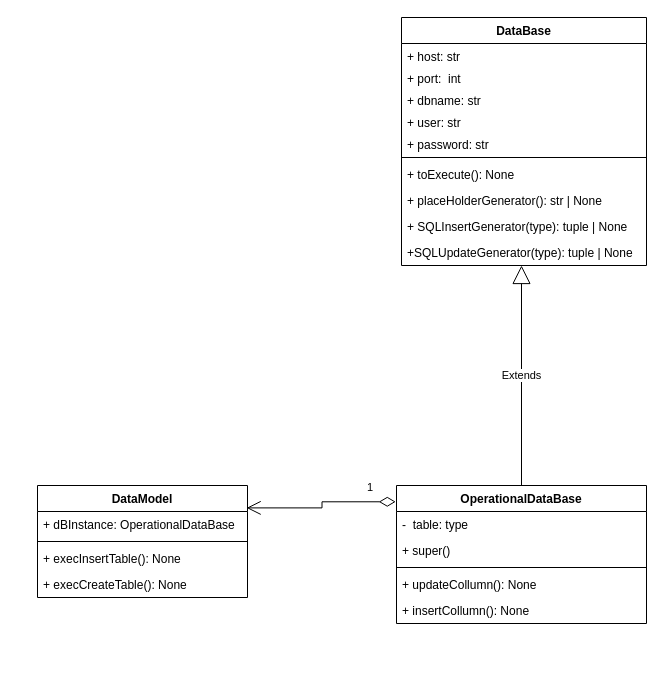
Earlier version of the draw.io diagram page "Diagrama de Classes Banco Dados" (3 of 5) of EstruturaObtencaoDeDados.drawio (Fat83dotcom/Interface_Estacao). Source tidied: cells renumbered, new cells numbered last; positions are measured from the earlier drawing's top-left corner, leaving out a move shared by most shapes. Both pictures are drawn from the tidied source at 100%, with x=0, y=0 at pixel (37, 17).
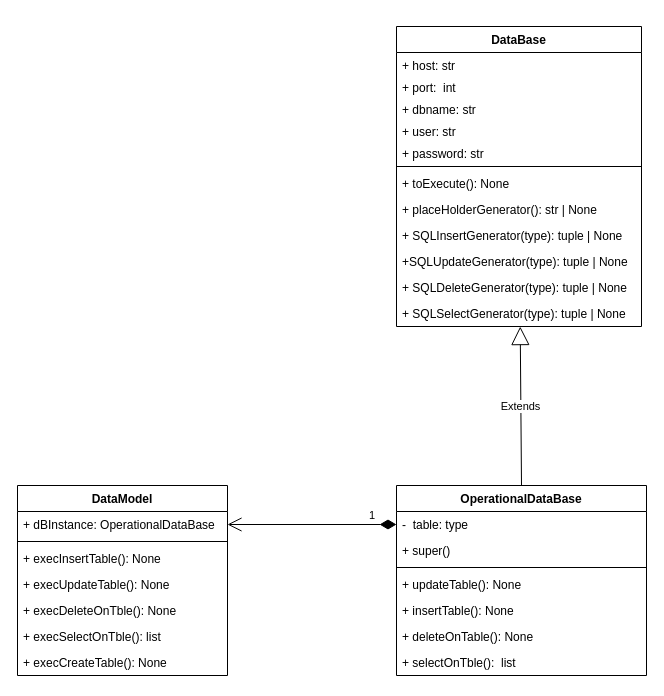
The same page after the edit.

The change refers to these unchanged cells:
```xml
<mxCell id="3" value="-  table: type" style="text;strokeColor=none;fillColor=none;align=left;verticalAlign=top;spacingLeft=4;spacingRight=4;overflow=hidden;points=[[0,0.5],[1,0.5]];portConstraint=eastwest;" parent="2" vertex="1">
  <mxGeometry y="26" width="250" height="26" as="geometry" />
</mxCell>
<mxCell id="18" value="+SQLUpdateGenerator(type): tuple | None" style="text;strokeColor=none;fillColor=none;align=left;verticalAlign=top;spacingLeft=4;spacingRight=4;overflow=hidden;points=[[0,0.5],[1,0.5]];portConstraint=eastwest;" parent="8" vertex="1">
  <mxGeometry y="222" width="245" height="26" as="geometry" />
</mxCell>
<mxCell id="21" value="+ dBInstance: OperationalDataBase" style="text;strokeColor=none;fillColor=none;align=left;verticalAlign=top;spacingLeft=4;spacingRight=4;overflow=hidden;points=[[0,0.5],[1,0.5]];portConstraint=eastwest;" parent="20" vertex="1">
  <mxGeometry y="26" width="210" height="26" as="geometry" />
</mxCell>
```

Diff of the diagram source:
```diff
@@
     <mxCell id="2" value="OperationalDataBase" style="swimlane;fontStyle=1;align=center;verticalAlign=top;horizontal=1;startSize=26;fillColor=none;" parent="1" vertex="1">
-      <mxGeometry x="359" y="468" width="250" height="138" as="geometry" />
+      <mxGeometry x="359" y="468" width="250" height="190" as="geometry" />
     </mxCell>
@@
-    <mxCell id="6" value="+ updateCollumn(): None" style="text;strokeColor=none;fillColor=none;align=left;verticalAlign=top;spacingLeft=4;spacingRight=4;overflow=hidden;" parent="2" vertex="1">
+    <mxCell id="6" value="+ updateTable(): None" style="text;strokeColor=none;fillColor=none;align=left;verticalAlign=top;spacingLeft=4;spacingRight=4;overflow=hidden;" parent="2" vertex="1">
       <mxGeometry y="86" width="250" height="26" as="geometry" />
     </mxCell>
-    <mxCell id="7" value="+ insertCollumn(): None" style="text;strokeColor=none;fillColor=none;align=left;verticalAlign=top;spacingLeft=4;spacingRight=4;overflow=hidden;" parent="2" vertex="1">
+    <mxCell id="7" value="+ insertTable(): None" style="text;strokeColor=none;fillColor=none;align=left;verticalAlign=top;spacingLeft=4;spacingRight=4;overflow=hidden;" parent="2" vertex="1">
       <mxGeometry y="112" width="250" height="26" as="geometry" />
     </mxCell>
+    <mxCell id="26" value="+ deleteOnTable(): None" style="text;strokeColor=none;fillColor=none;align=left;verticalAlign=top;spacingLeft=4;spacingRight=4;overflow=hidden;" parent="2" vertex="1">
+      <mxGeometry y="138" width="250" height="26" as="geometry" />
+    </mxCell>
+    <mxCell id="27" value="+ selectOnTble():  list" style="text;strokeColor=none;fillColor=none;align=left;verticalAlign=top;spacingLeft=4;spacingRight=4;overflow=hidden;" parent="2" vertex="1">
+      <mxGeometry y="164" width="250" height="26" as="geometry" />
+    </mxCell>
     <mxCell id="8" value="DataBase" style="swimlane;fontStyle=1;align=center;verticalAlign=top;horizontal=1;startSize=26;fillColor=none;" parent="1" vertex="1">
-      <mxGeometry x="364" width="245" height="248" as="geometry" />
+      <mxGeometry x="359" y="9" width="245" height="300" as="geometry" />
     </mxCell>
@@
+    <mxCell id="28" value="+ SQLDeleteGenerator(type): tuple | None" style="text;strokeColor=none;fillColor=none;align=left;verticalAlign=top;spacingLeft=4;spacingRight=4;overflow=hidden;" parent="8" vertex="1">
+      <mxGeometry y="248" width="245" height="26" as="geometry" />
+    </mxCell>
+    <mxCell id="29" value="+ SQLSelectGenerator(type): tuple | None" style="text;strokeColor=none;fillColor=none;align=left;verticalAlign=top;spacingLeft=4;spacingRight=4;overflow=hidden;points=[[0,0.5],[1,0.5]];portConstraint=eastwest;" parent="8" vertex="1">
+      <mxGeometry y="274" width="245" height="26" as="geometry" />
+    </mxCell>
-    <mxCell id="19" value="Extends" style="endArrow=block;endSize=16;endFill=0;html=1;rounded=0;exitX=0.5;exitY=0;exitDx=0;exitDy=0;entryX=0.49;entryY=1;entryDx=0;entryDy=0;entryPerimeter=0;" parent="1" edge="1" source="2" target="18">
-      <mxGeometry relative="1" as="geometry">
-        <Array as="points">
-          <mxPoint x="484" y="248" />
-        </Array>
-      </mxGeometry>
+    <mxCell id="19" value="Extends" style="endArrow=block;endSize=16;endFill=0;html=1;rounded=0;exitX=0.5;exitY=0;exitDx=0;exitDy=0;entryX=0.505;entryY=1.003;entryDx=0;entryDy=0;entryPerimeter=0;" parent="1" edge="1" source="2" target="29">
+      <mxGeometry relative="1" as="geometry" />
     </mxCell>
     <mxCell id="20" value="DataModel" style="swimlane;fontStyle=1;align=center;verticalAlign=top;horizontal=1;startSize=26;fillColor=none;" parent="1" vertex="1">
-      <mxGeometry y="468" width="210" height="112" as="geometry" />
+      <mxGeometry x="-20" y="468" width="210" height="190" as="geometry" />
     </mxCell>
@@
+    <mxCell id="30" value="+ execUpdateTable(): None" style="text;strokeColor=none;fillColor=none;align=left;verticalAlign=top;spacingLeft=4;spacingRight=4;overflow=hidden;" parent="20" vertex="1">
+      <mxGeometry y="86" width="210" height="26" as="geometry" />
+    </mxCell>
+    <mxCell id="31" value="+ execDeleteOnTble(): None" style="text;strokeColor=none;fillColor=none;align=left;verticalAlign=top;spacingLeft=4;spacingRight=4;overflow=hidden;" parent="20" vertex="1">
+      <mxGeometry y="112" width="210" height="26" as="geometry" />
+    </mxCell>
+    <mxCell id="32" value="+ execSelectOnTble(): list" style="text;strokeColor=none;fillColor=none;align=left;verticalAlign=top;spacingLeft=4;spacingRight=4;overflow=hidden;" parent="20" vertex="1">
+      <mxGeometry y="138" width="210" height="26" as="geometry" />
+    </mxCell>
     <mxCell id="24" value="+ execCreateTable(): None" style="text;strokeColor=none;fillColor=none;align=left;verticalAlign=top;spacingLeft=4;spacingRight=4;overflow=hidden;" parent="20" vertex="1">
-      <mxGeometry y="86" width="210" height="26" as="geometry" />
+      <mxGeometry y="164" width="210" height="26" as="geometry" />
     </mxCell>
-    <mxCell id="25" value="1" style="endArrow=open;html=1;endSize=12;startArrow=diamondThin;startSize=14;startFill=0;edgeStyle=orthogonalEdgeStyle;align=left;verticalAlign=bottom;rounded=0;exitX=-0.003;exitY=0.118;exitDx=0;exitDy=0;exitPerimeter=0;entryX=0.996;entryY=0.2;entryDx=0;entryDy=0;entryPerimeter=0;" parent="1" edge="1" source="2" target="20">
-      <mxGeometry x="-0.63" y="-5" relative="1" as="geometry">
-        <mxPoint x="-1" as="offset" />
-      </mxGeometry>
+    <mxCell id="25" value="1" style="endArrow=open;html=1;endSize=12;startArrow=diamondThin;startSize=14;startFill=1;edgeStyle=orthogonalEdgeStyle;align=left;verticalAlign=bottom;rounded=0;exitX=0;exitY=0.5;exitDx=0;exitDy=0;entryX=1;entryY=0.5;entryDx=0;entryDy=0;" parent="1" edge="1" source="3" target="21">
+      <mxGeometry x="-0.66" relative="1" as="geometry" />
     </mxCell>
```
